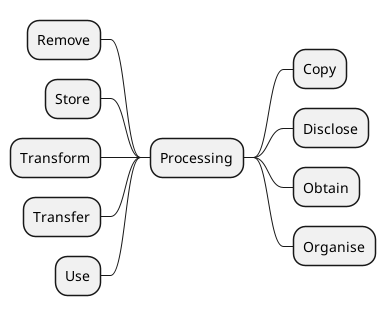
This is diagrams/processing.png from jeswr/dpv, a PlantUML export, as it was before one commit. Its source is kept beside it as 2.0/diagrams/plantuml/processing.plantuml.
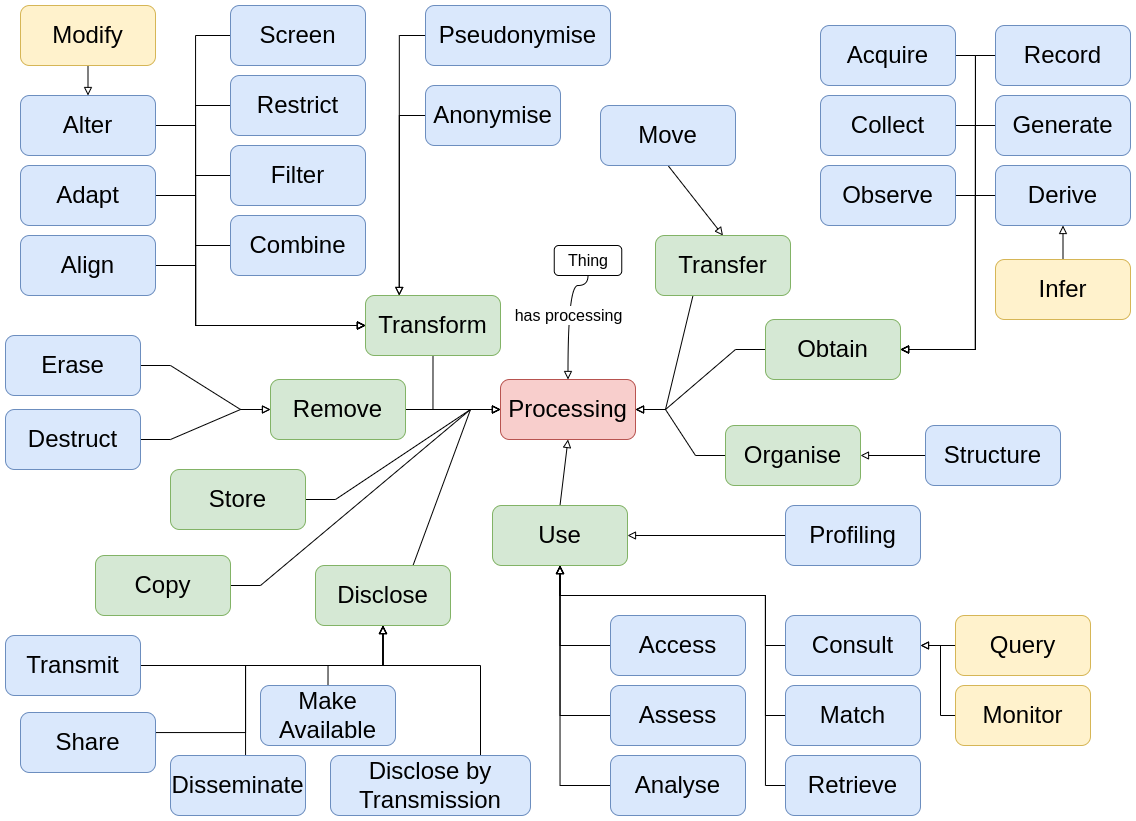
After the change.

What changed in the source:
```diff
@@ -1,123 +1,16 @@
-@startuml
+@startmindmap
 !include style.plantuml
 
-class Thing #silver
-package dpv {
-    class Processing
-    class Copy
-    class Disclose
-    class Obtain
-    class Organise
-    class "Remove" as R
-    class Store
-    class Transfer
-    class Transform
-    class Use
-    class Access
-    class Analyse
-    class Assess
-    class Consult
-    class Monitor
-    class Query
-    class Match
-    class Profiling
-    class Retrieve
-    class Acquire
-    class Collect
-    class Derive
-    class Infer
-    class Generate
-    class Observe
-    class Record
-    class Destruct
-    class Erase
-    class Delete
-    class Transfer
-    class Move
-    class CrossBorderTransfer
-    class Adapt
-    class Align
-    class Alter
-    class Modify
-    class Anonymise
-    class Combine
-    class Aggregate
-    class Filter
-    class Pseudonymise
-    class Restrict
-    class Screen
-    class Download
-    class Export
-    class Display
-    class Disseminate
-    class MakeAvailable
-    class Share
-    class Transmit
-    class Structure
-    class Format
-    class Reformat
-    class DiscloseByTransmission
-}
 
++ Processing
+++ Copy
+++ Disclose
+++ Obtain
+++ Organise
+-- Remove
+-- Store
+-- Transform
+-- Transfer
+-- Use
 
-Thing -- Processing : hasProcessing >
-
-Processing <|-- Copy
-Processing <|-- Disclose
-Processing <|-- Obtain
-Processing <|-- Organise
-Processing <|-- R
-Processing <|-- Store
-Processing <|-- Transfer
-Processing <|-- Transform
-Processing <|-- Use
-Use <|-- Access
-Use <|-- Analyse
-Use <|-- Assess
-Use <|-- Consult
-Consult <|-- Monitor
-Consult <|-- Query
-Use <|-- Match
-Use <|-- Profiling
-Use <|-- Retrieve
-Obtain <|-- Acquire
-Obtain <|-- Collect
-Obtain <|-- Derive
-Derive <|-- Infer
-Obtain <|-- Generate
-Obtain <|-- Observe
-Obtain <|-- Record
-Transfer <|-- Move
-Transfer <|-- CrossBorderTransfer
-Transform <|-- Adapt
-Transform <|-- Align
-Transform <|-- Alter
-Alter <|-- Modify
-Transform <|-- Anonymise
-Transform <|-- Combine
-Alter <|-- Aggregate
-Transform <|-- Filter
-Transform <|-- Pseudonymise
-Transform <|-- Restrict
-Transform <|-- Screen
-Disclose <|-- Download
-Disclose <|-- Export
-Disclose <|-- Display
-Disclose <|-- DiscloseByTransmission
-Disclose <|-- Disseminate
-Disclose <|-- MakeAvailable
-Disclose <|-- Share
-Disclose <|-- Transmit
-Organise <|-- Structure
-Structure <|-- Format
-Format <|-- Reformat
-R <|-- Erase
-R <|-- Destruct
-R <|-- Delete
-
-Anonymise -[hidden]-> Disclose
-CrossBorderTransfer -[hidden]-> Obtain
-Display -[hidden]-> R
-Observe -[hidden]-> Use
-
-@enduml
+@endmindmap
```
